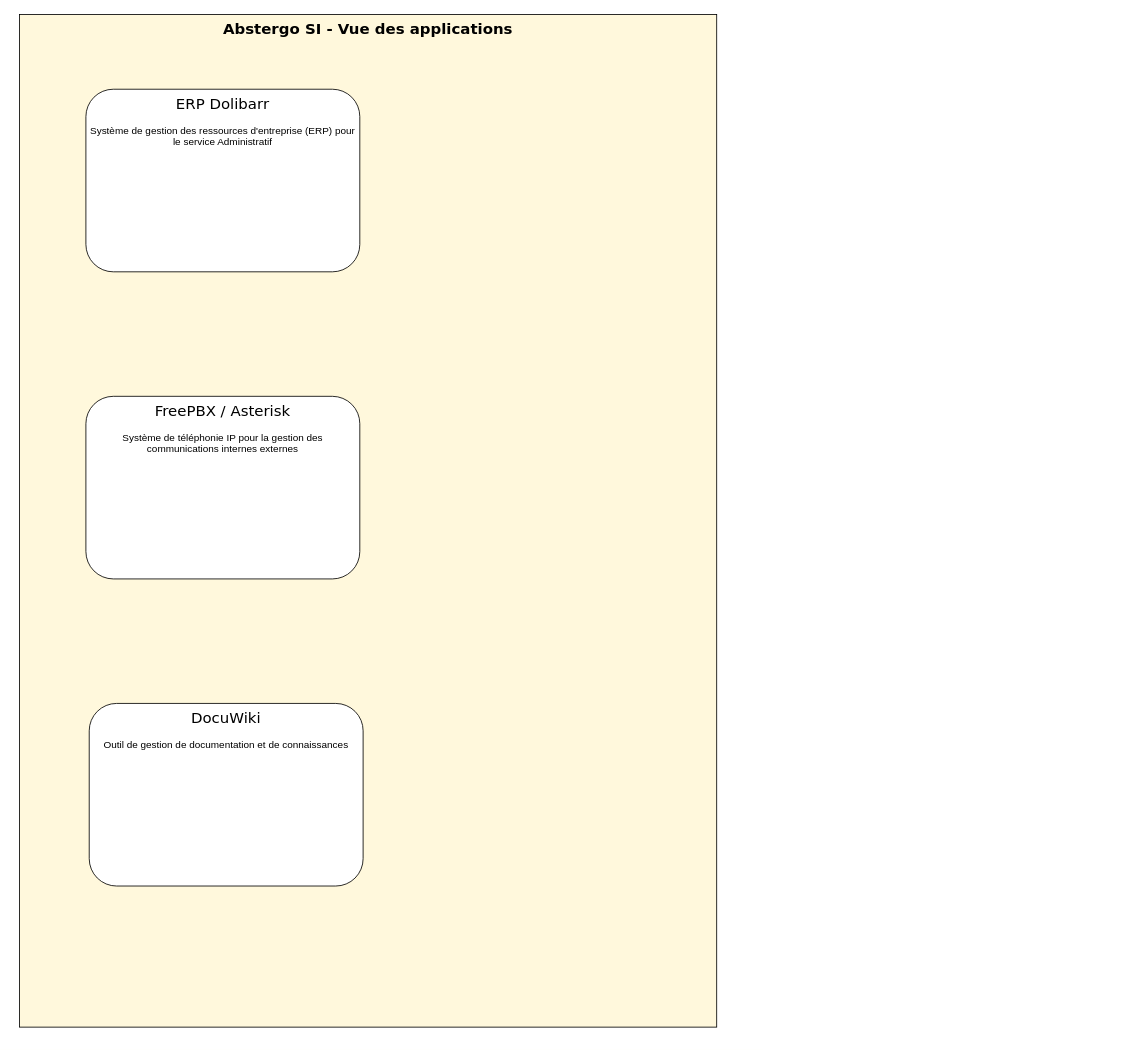
Above: Vue applicative.drawio in CharifMah/AbstergoAnimus (draw.io), before the change. Source tidied: cells renumbered, new cells numbered last; positions are measured from the earlier drawing's top-left corner, leaving out a move shared by most shapes. Both pictures are drawn from the tidied source at 83%, with x=0, y=0 at pixel (19, 14).
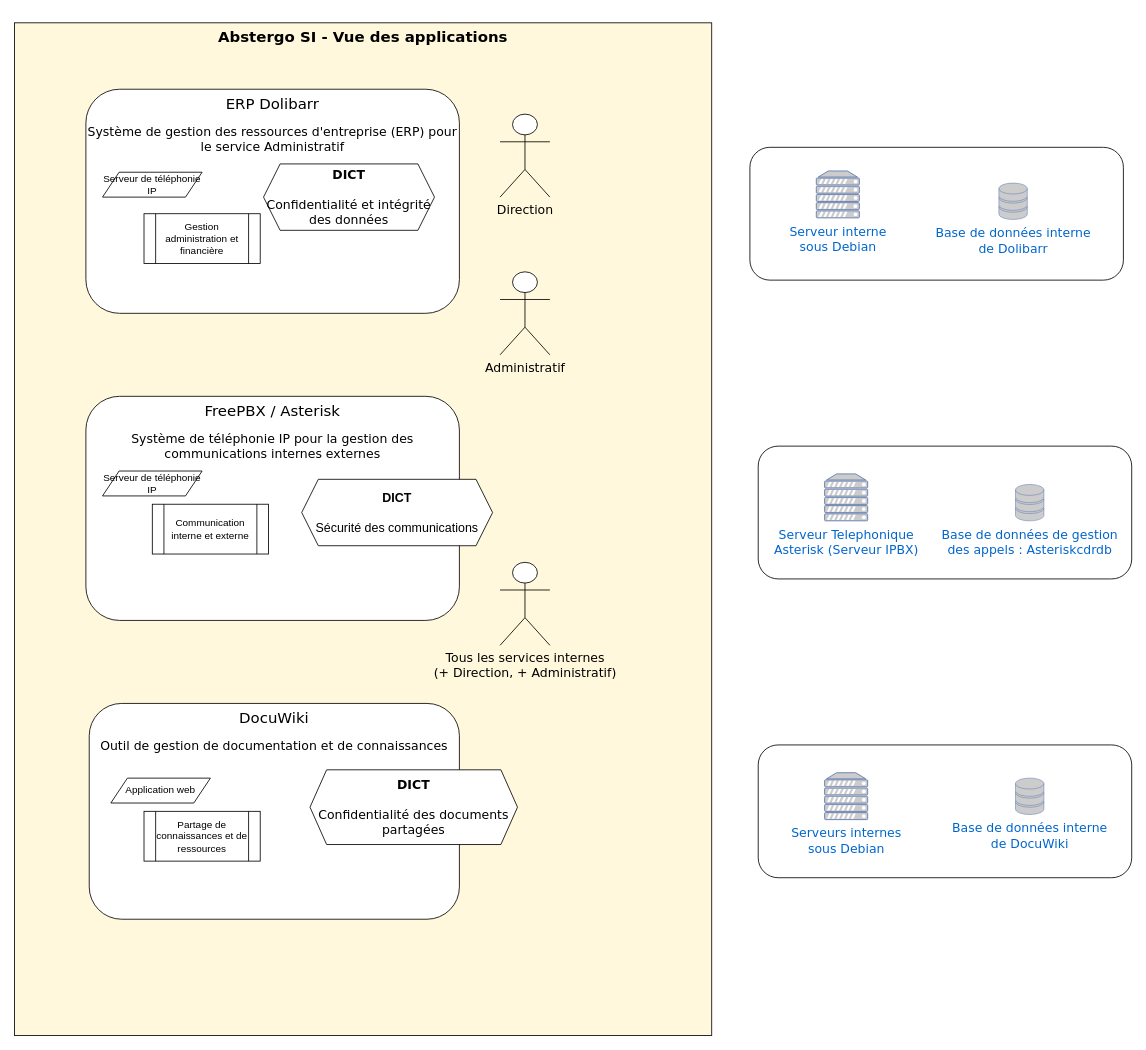
After the change.

Commit message:
Mettre à jour Vue applicative.drawio

The edit, as a diff of the source:
```diff
@@
+    <mxCell id="6" style="rounded=1;whiteSpace=wrap;html=1;" parent="1" vertex="1">
+      <mxGeometry x="890" y="520" width="450" height="160" as="geometry" />
+    </mxCell>
     <mxCell id="2" value="&lt;font style=&quot;font-size: 18px;&quot; face=&quot;Verdana&quot;&gt;&lt;b&gt;Abstergo SI - Vue des applications&lt;/b&gt;&lt;/font&gt;" style="rounded=0;whiteSpace=wrap;html=1;fillColor=#FFF8DC;horizontal=1;verticalAlign=top;" parent="1" vertex="1">
-      <mxGeometry width="840" height="1220" as="geometry" />
+      <mxGeometry x="-6" y="10" width="840" height="1220" as="geometry" />
     </mxCell>
-    <mxCell id="3" value="&lt;font style=&quot;font-size: 18px;&quot; face=&quot;Verdana&quot;&gt;ERP Dolibarr&lt;/font&gt;&lt;br&gt;&lt;br&gt;Système de gestion des ressources d'entreprise (ERP) pour le service Administratif" style="rounded=1;whiteSpace=wrap;html=1;verticalAlign=top;" parent="1" vertex="1">
-      <mxGeometry x="80" y="90" width="330" height="220" as="geometry" />
+    <mxCell id="3" value="&lt;font face=&quot;Verdana&quot; style=&quot;font-size: 18px;&quot;&gt;ERP Dolibarr&lt;/font&gt;&lt;font face=&quot;JBXjPwZdBuk-AYezXWt-&quot;&gt;&lt;br&gt;&lt;br&gt;&lt;/font&gt;&lt;font style=&quot;font-size: 15px;&quot; face=&quot;Verdana&quot;&gt;Système de gestion des ressources d'entreprise (ERP) pour le service Administratif&lt;/font&gt;" style="rounded=1;whiteSpace=wrap;html=1;verticalAlign=top;" parent="1" vertex="1">
+      <mxGeometry x="80" y="90" width="450" height="270" as="geometry" />
     </mxCell>
-    <mxCell id="4" value="&lt;font style=&quot;font-size: 18px;&quot; face=&quot;Verdana&quot;&gt;FreePBX / Asterisk&lt;/font&gt;&lt;br&gt;&lt;br&gt;Système de téléphonie IP pour la gestion des communications internes externes" style="rounded=1;whiteSpace=wrap;html=1;verticalAlign=top;" parent="1" vertex="1">
-      <mxGeometry x="80" y="460" width="330" height="220" as="geometry" />
+    <mxCell id="4" value="&lt;font face=&quot;Verdana&quot; style=&quot;font-size: 18px;&quot;&gt;FreePBX / Asterisk&lt;/font&gt;&lt;font face=&quot;d_6pIcg0GFBlBicc_6x3&quot;&gt;&lt;br&gt;&lt;br&gt;&lt;/font&gt;&lt;font style=&quot;font-size: 15px;&quot; face=&quot;Verdana&quot;&gt;Système de téléphonie IP pour la gestion des communications internes externes&lt;/font&gt;" style="rounded=1;whiteSpace=wrap;html=1;verticalAlign=top;" parent="1" vertex="1">
+      <mxGeometry x="80" y="460" width="450" height="270" as="geometry" />
     </mxCell>
-    <mxCell id="5" value="&lt;font style=&quot;font-size: 18px;&quot; face=&quot;Verdana&quot;&gt;DocuWiki&lt;/font&gt;&lt;br&gt;&lt;br&gt;Outil de gestion de documentation et de connaissances" style="rounded=1;whiteSpace=wrap;html=1;verticalAlign=top;" parent="1" vertex="1">
-      <mxGeometry x="84" y="830" width="330" height="220" as="geometry" />
+    <mxCell id="5" value="&lt;font style=&quot;font-size: 18px;&quot; face=&quot;Verdana&quot;&gt;DocuWiki&lt;/font&gt;&lt;br&gt;&lt;br&gt;&lt;font style=&quot;font-size: 15px;&quot; face=&quot;Verdana&quot;&gt;Outil de gestion de documentation et de connaissances&lt;/font&gt;" style="rounded=1;whiteSpace=wrap;html=1;verticalAlign=top;" parent="1" vertex="1">
+      <mxGeometry x="84" y="830" width="446" height="260" as="geometry" />
     </mxCell>
+    <mxCell id="7" value="&lt;font style=&quot;font-size: 15px;&quot; face=&quot;Verdana&quot;&gt;Direction&lt;/font&gt;" style="shape=umlActor;verticalLabelPosition=bottom;verticalAlign=top;html=1;" parent="1" vertex="1">
+      <mxGeometry x="579" y="120" width="60" height="100" as="geometry" />
+    </mxCell>
+    <mxCell id="8" value="&lt;font face=&quot;Verdana&quot; style=&quot;font-size: 15px;&quot;&gt;Administratif&lt;/font&gt;" style="shape=umlActor;verticalLabelPosition=bottom;verticalAlign=top;html=1;" parent="1" vertex="1">
+      <mxGeometry x="579" y="310" width="60" height="100" as="geometry" />
+    </mxCell>
+    <mxCell id="9" value="&lt;font style=&quot;font-size: 15px;&quot; face=&quot;Verdana&quot;&gt;Tous les services internes&lt;br&gt;(+ Direction, + Administratif)&lt;/font&gt;" style="shape=umlActor;verticalLabelPosition=bottom;verticalAlign=top;html=1;" parent="1" vertex="1">
+      <mxGeometry x="579" y="660" width="60" height="100" as="geometry" />
+    </mxCell>
+    <mxCell id="10" value="&lt;font style=&quot;font-size: 15px;&quot; face=&quot;Verdana&quot;&gt;&lt;b&gt;DICT&lt;/b&gt;&lt;br&gt;&lt;br&gt;Confidentialité et intégrité des données&lt;/font&gt;" style="shape=hexagon;perimeter=hexagonPerimeter2;whiteSpace=wrap;html=1;fixedSize=1;" parent="1" vertex="1">
+      <mxGeometry x="294" y="180" width="206" height="80" as="geometry" />
+    </mxCell>
+    <mxCell id="11" value="&lt;font style=&quot;font-size: 15px;&quot;&gt;&lt;b&gt;DICT&lt;/b&gt;&lt;br&gt;&lt;br&gt;Sécurité des communications&lt;/font&gt;" style="shape=hexagon;perimeter=hexagonPerimeter2;whiteSpace=wrap;html=1;fixedSize=1;" parent="1" vertex="1">
+      <mxGeometry x="340" y="560" width="230" height="80" as="geometry" />
+    </mxCell>
+    <mxCell id="12" value="&lt;font style=&quot;font-size: 15px;&quot; face=&quot;Verdana&quot;&gt;&lt;b&gt;DICT&lt;/b&gt;&lt;br&gt;&lt;br&gt;Confidentialité des documents partagées&lt;/font&gt;" style="shape=hexagon;perimeter=hexagonPerimeter2;whiteSpace=wrap;html=1;fixedSize=1;" parent="1" vertex="1">
+      <mxGeometry x="350" y="910" width="250" height="90" as="geometry" />
+    </mxCell>
+    <mxCell id="13" value="Communication interne et externe" style="shape=process;whiteSpace=wrap;html=1;backgroundOutline=1;" parent="1" vertex="1">
+      <mxGeometry x="160" y="590" width="140" height="60" as="geometry" />
+    </mxCell>
+    <mxCell id="14" value="Partage de connaissances et de ressources" style="shape=process;whiteSpace=wrap;html=1;backgroundOutline=1;" parent="1" vertex="1">
+      <mxGeometry x="150" y="960" width="140" height="60" as="geometry" />
+    </mxCell>
+    <mxCell id="15" value="Application web" style="shape=parallelogram;perimeter=parallelogramPerimeter;whiteSpace=wrap;html=1;fixedSize=1;" parent="1" vertex="1">
+      <mxGeometry x="110" y="920" width="120" height="30" as="geometry" />
+    </mxCell>
+    <mxCell id="16" value="Serveur de téléphonie IP" style="shape=parallelogram;perimeter=parallelogramPerimeter;whiteSpace=wrap;html=1;fixedSize=1;" parent="1" vertex="1">
+      <mxGeometry x="100" y="550" width="120" height="30" as="geometry" />
+    </mxCell>
+    <mxCell id="17" value="Serveur de téléphonie IP" style="shape=parallelogram;perimeter=parallelogramPerimeter;whiteSpace=wrap;html=1;fixedSize=1;" parent="1" vertex="1">
+      <mxGeometry x="100" y="190" width="120" height="30" as="geometry" />
+    </mxCell>
+    <mxCell id="18" value="Gestion administration et financière" style="shape=process;whiteSpace=wrap;html=1;backgroundOutline=1;" parent="1" vertex="1">
+      <mxGeometry x="150" y="240" width="140" height="60" as="geometry" />
+    </mxCell>
+    <mxCell id="19" value="&lt;font style=&quot;font-size: 15px;&quot;&gt;Base de données de gestion &lt;br&gt;des appels : Asteriskcdrdb&lt;/font&gt;" style="fontColor=#0066CC;verticalAlign=top;verticalLabelPosition=bottom;labelPosition=center;align=center;html=1;fillColor=#CCCCCC;strokeColor=#6881B3;gradientColor=none;gradientDirection=north;strokeWidth=2;shape=mxgraph.networks.storage;fontSize=16;fontFamily=Verdana;" parent="1" vertex="1">
+      <mxGeometry x="1200" y="566.2" width="34.2" height="43.8" as="geometry" />
+    </mxCell>
+    <mxCell id="20" value="&lt;font style=&quot;font-size: 15px;&quot;&gt;Serveur Telephonique&lt;br&gt;Asterisk (Serveur IPBX)&lt;/font&gt;" style="fontColor=#0066CC;verticalAlign=top;verticalLabelPosition=bottom;labelPosition=center;align=center;html=1;fillColor=#CCCCCC;strokeColor=#6881B3;gradientColor=none;gradientDirection=north;strokeWidth=2;shape=mxgraph.networks.server;fontSize=16;fontFamily=Verdana;" parent="1" vertex="1">
+      <mxGeometry x="970" y="553.5" width="51.9" height="56.5" as="geometry" />
+    </mxCell>
+    <mxCell id="21" style="rounded=1;whiteSpace=wrap;html=1;" parent="1" vertex="1">
+      <mxGeometry x="890" y="880" width="450" height="160" as="geometry" />
+    </mxCell>
+    <mxCell id="22" style="rounded=1;whiteSpace=wrap;html=1;" parent="1" vertex="1">
+      <mxGeometry x="880" y="160" width="450" height="160" as="geometry" />
+    </mxCell>
+    <mxCell id="23" value="&lt;font style=&quot;font-size: 15px;&quot;&gt;Serveurs internes&lt;br&gt;sous Debian&lt;/font&gt;" style="fontColor=#0066CC;verticalAlign=top;verticalLabelPosition=bottom;labelPosition=center;align=center;html=1;fillColor=#CCCCCC;strokeColor=#6881B3;gradientColor=none;gradientDirection=north;strokeWidth=2;shape=mxgraph.networks.server;fontSize=16;fontFamily=Verdana;" parent="1" vertex="1">
+      <mxGeometry x="970" y="913.5" width="51.9" height="56.5" as="geometry" />
+    </mxCell>
+    <mxCell id="24" value="&lt;font style=&quot;font-size: 15px;&quot;&gt;Serveur interne&lt;br&gt;sous Debian&lt;/font&gt;" style="fontColor=#0066CC;verticalAlign=top;verticalLabelPosition=bottom;labelPosition=center;align=center;html=1;fillColor=#CCCCCC;strokeColor=#6881B3;gradientColor=none;gradientDirection=north;strokeWidth=2;shape=mxgraph.networks.server;fontSize=16;fontFamily=Verdana;" parent="1" vertex="1">
+      <mxGeometry x="960" y="188.5" width="51.9" height="56.5" as="geometry" />
+    </mxCell>
+    <mxCell id="25" value="&lt;font style=&quot;font-size: 15px;&quot;&gt;Base de données interne &lt;br&gt;de Dolibarr&lt;/font&gt;" style="fontColor=#0066CC;verticalAlign=top;verticalLabelPosition=bottom;labelPosition=center;align=center;html=1;fillColor=#CCCCCC;strokeColor=#6881B3;gradientColor=none;gradientDirection=north;strokeWidth=2;shape=mxgraph.networks.storage;fontSize=16;fontFamily=Verdana;" parent="1" vertex="1">
+      <mxGeometry x="1180" y="203.1" width="34.2" height="43.8" as="geometry" />
+    </mxCell>
+    <mxCell id="26" value="&lt;font style=&quot;font-size: 15px;&quot;&gt;Base de données interne &lt;br&gt;de DocuWiki&lt;/font&gt;" style="fontColor=#0066CC;verticalAlign=top;verticalLabelPosition=bottom;labelPosition=center;align=center;html=1;fillColor=#CCCCCC;strokeColor=#6881B3;gradientColor=none;gradientDirection=north;strokeWidth=2;shape=mxgraph.networks.storage;fontSize=16;fontFamily=Verdana;" parent="1" vertex="1">
+      <mxGeometry x="1200" y="920" width="34.2" height="43.8" as="geometry" />
+    </mxCell>
```
